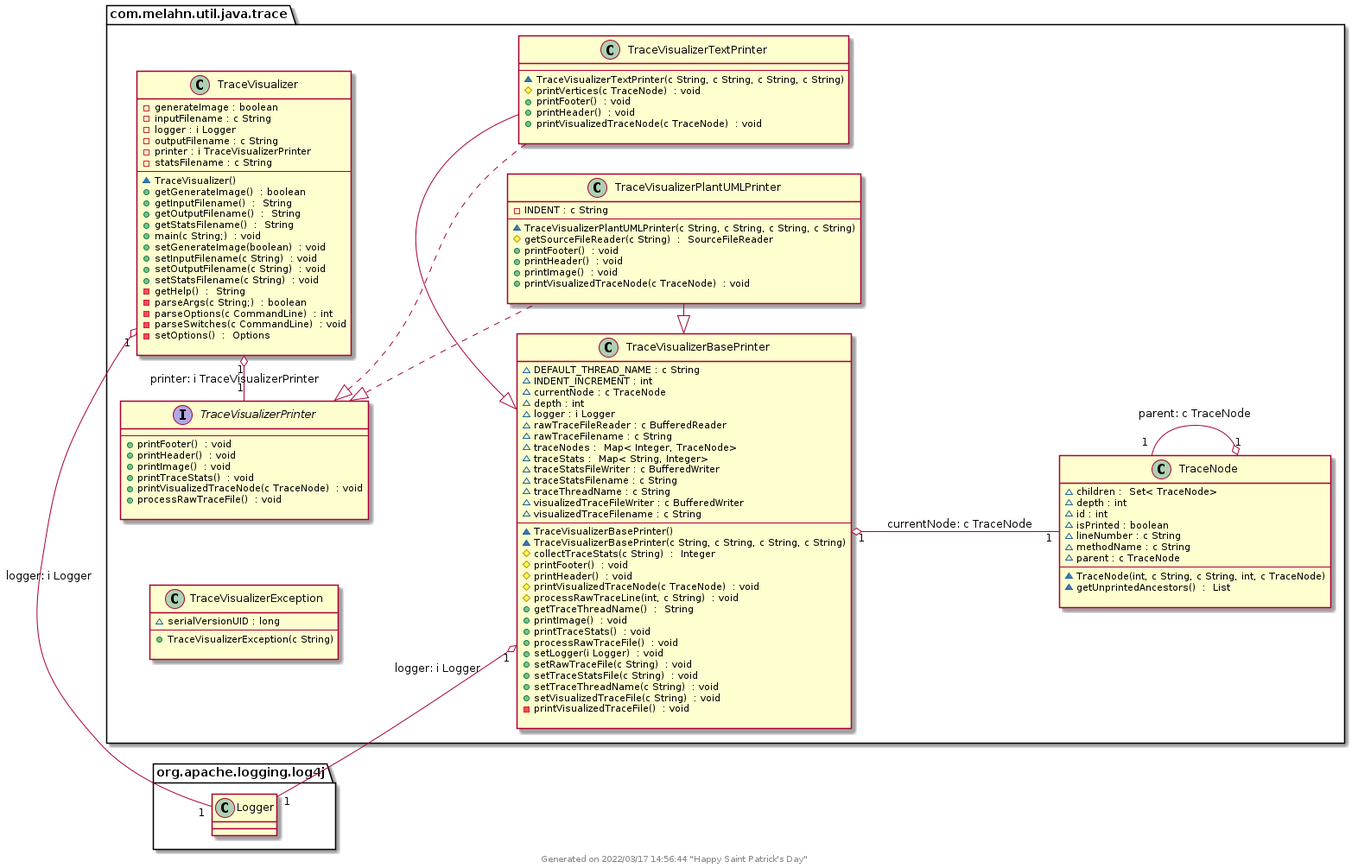
The PlantUML diagram doc/generated/class-diagram.png in melahn/java-trace-visualizer, before a commit.
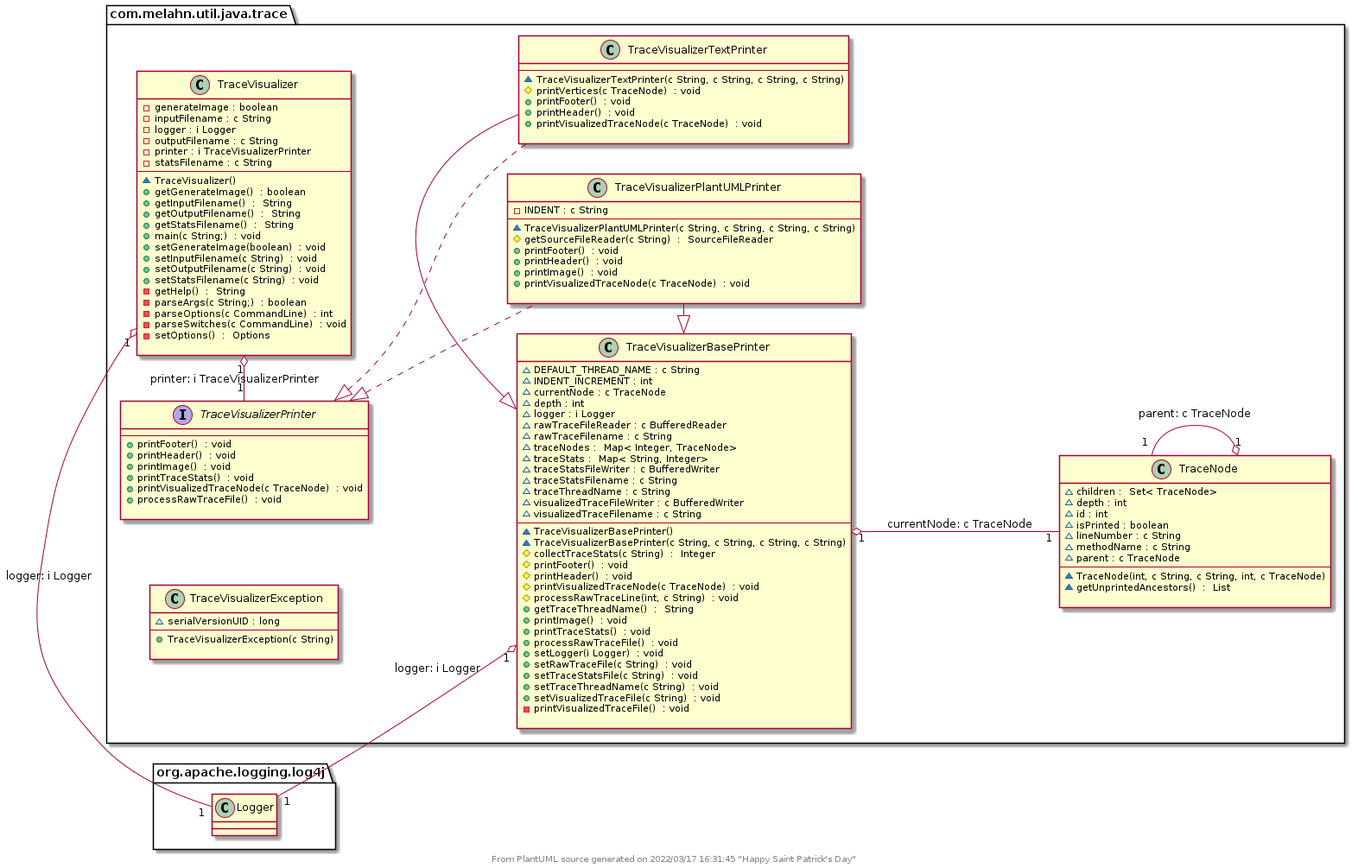
The same diagram one commit later.

Commit message:
Update Documentation as part of GitHub action

The edit, as a diff of the source:
```diff
@@ -124,6 +124,6 @@
 com.melahn.util.java.trace.TraceVisualizerTextPrinter  ..up|>  com.melahn.util.java.trace.TraceVisualizerPrinter
 
 
-center footer Generated on 2022/03/17 14:56:44 "Happy Saint Patrick's Day"
+center footer From PlantUML source generated on 2022/03/17 16:31:45 "Happy Saint Patrick's Day"
 
 @enduml
```
